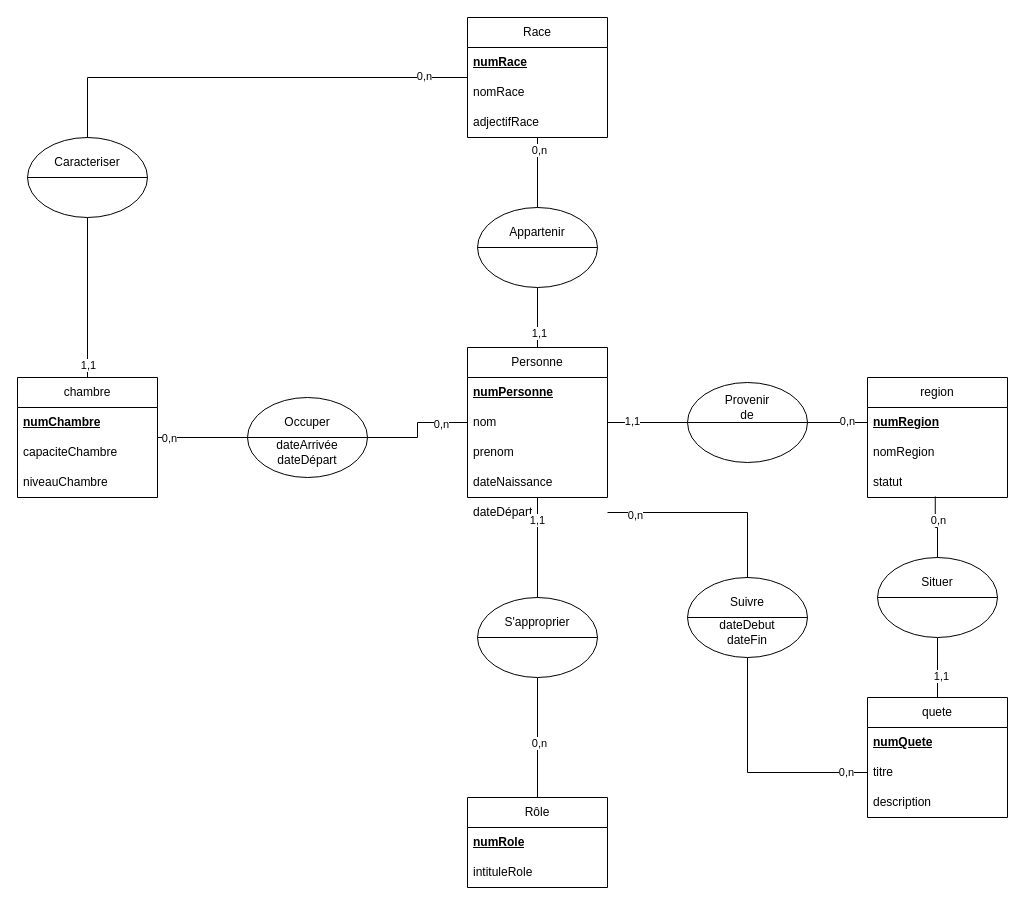
The draw.io diagram page "mcd" (1 of 3) of fondcombe-merise.drawio in Quentinc63/Fondcombe, before the edit. Source tidied: cells renumbered, new cells numbered last; positions are measured from the earlier drawing's top-left corner, leaving out a move shared by most shapes. Both pictures are drawn from the tidied source at 100%, with x=0, y=0 at pixel (17, 17).
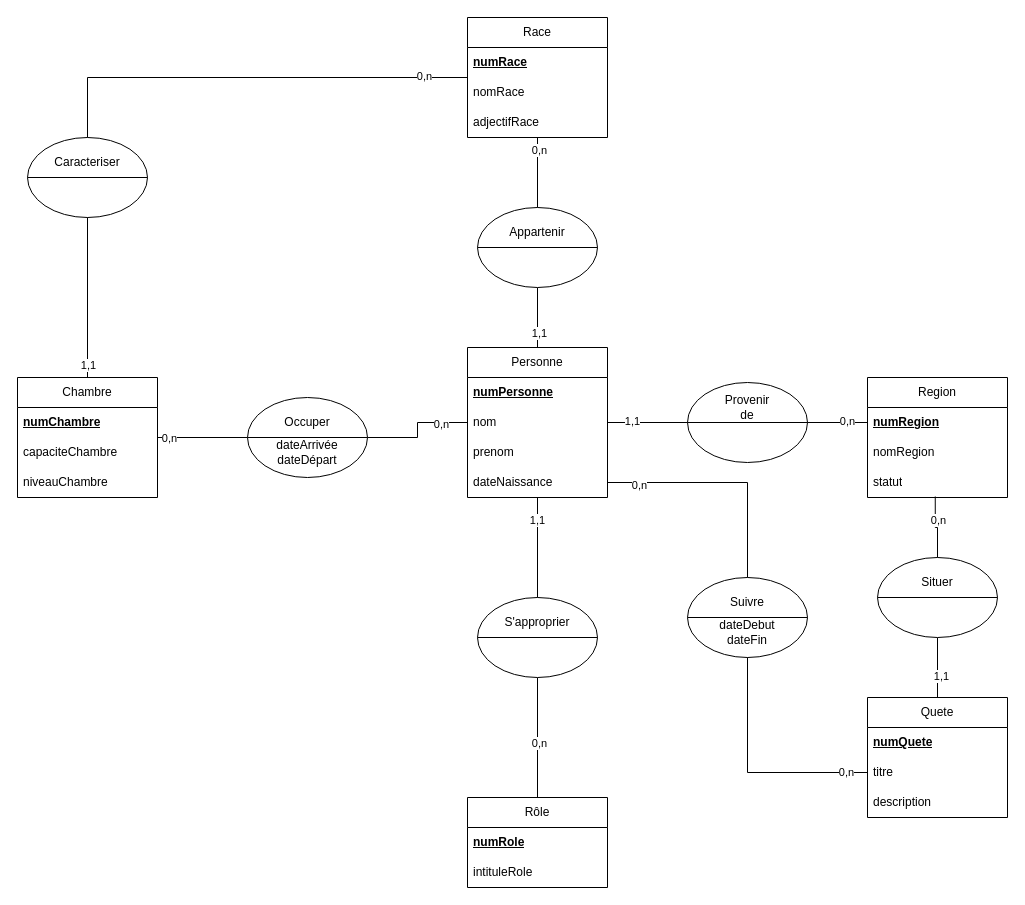
Above is the later version.

The change refers to these unchanged cells:
```xml
<mxCell id="4" value="Personne" style="swimlane;fontStyle=0;horizontal=1;startSize=30;whiteSpace=wrap;html=1;" parent="1" vertex="1">
  <mxGeometry x="450" y="330" width="140" height="150" as="geometry" />
</mxCell>
<mxCell id="8" value="dateNaissance" style="text;strokeColor=none;fillColor=none;align=left;verticalAlign=middle;spacingLeft=4;spacingRight=4;overflow=hidden;points=[[0,0.5],[1,0.5]];portConstraint=eastwest;whiteSpace=wrap;html=1;" parent="4" vertex="1">
  <mxGeometry y="120" width="140" height="30" as="geometry" />
</mxCell>
<mxCell id="70" style="ellipse;whiteSpace=wrap;html=1;" parent="69" vertex="1">
  <mxGeometry width="120" height="80" as="geometry" />
</mxCell>
```

The edit, as a diff of the source:
```diff
@@
-    <mxCell id="9" value="dateDépart" style="text;strokeColor=none;fillColor=none;align=left;verticalAlign=middle;spacingLeft=4;spacingRight=4;overflow=hidden;points=[[0,0.5],[1,0.5]];portConstraint=eastwest;whiteSpace=wrap;html=1;" parent="4" vertex="1">
-      <mxGeometry y="150" width="140" height="30" as="geometry" />
-    </mxCell>
-    <mxCell id="10" value="chambre" style="swimlane;fontStyle=0;horizontal=1;startSize=30;whiteSpace=wrap;html=1;" parent="1" vertex="1">
+    <mxCell id="10" value="Chambre" style="swimlane;fontStyle=0;horizontal=1;startSize=30;whiteSpace=wrap;html=1;" parent="1" vertex="1">
       <mxGeometry y="360" width="140" height="120" as="geometry" />
     </mxCell>
@@
-    <mxCell id="16" value="quete" style="swimlane;fontStyle=0;horizontal=1;startSize=30;whiteSpace=wrap;html=1;" parent="1" vertex="1">
+    <mxCell id="16" value="Quete" style="swimlane;fontStyle=0;horizontal=1;startSize=30;whiteSpace=wrap;html=1;" parent="1" vertex="1">
       <mxGeometry x="850" y="680" width="140" height="120" as="geometry" />
     </mxCell>
@@
-    <mxCell id="20" value="region" style="swimlane;fontStyle=0;horizontal=1;startSize=30;whiteSpace=wrap;html=1;" parent="1" vertex="1">
+    <mxCell id="20" value="Region" style="swimlane;fontStyle=0;horizontal=1;startSize=30;whiteSpace=wrap;html=1;" parent="1" vertex="1">
       <mxGeometry x="850" y="360" width="140" height="120" as="geometry" />
     </mxCell>
@@
-    <mxCell id="76" style="edgeStyle=orthogonalEdgeStyle;rounded=0;jettySize=auto;html=1;endArrow=none;startFill=0;exitX=0.5;exitY=0;exitDx=0;exitDy=0;" parent="1" edge="1" source="70" target="9">
+    <mxCell id="76" style="edgeStyle=orthogonalEdgeStyle;rounded=0;jettySize=auto;html=1;endArrow=none;startFill=0;exitX=0.5;exitY=0;exitDx=0;exitDy=0;entryX=1;entryY=0.5;entryDx=0;entryDy=0;" parent="1" edge="1" source="70" target="8">
       <mxGeometry relative="1" as="geometry" />
     </mxCell>
```
